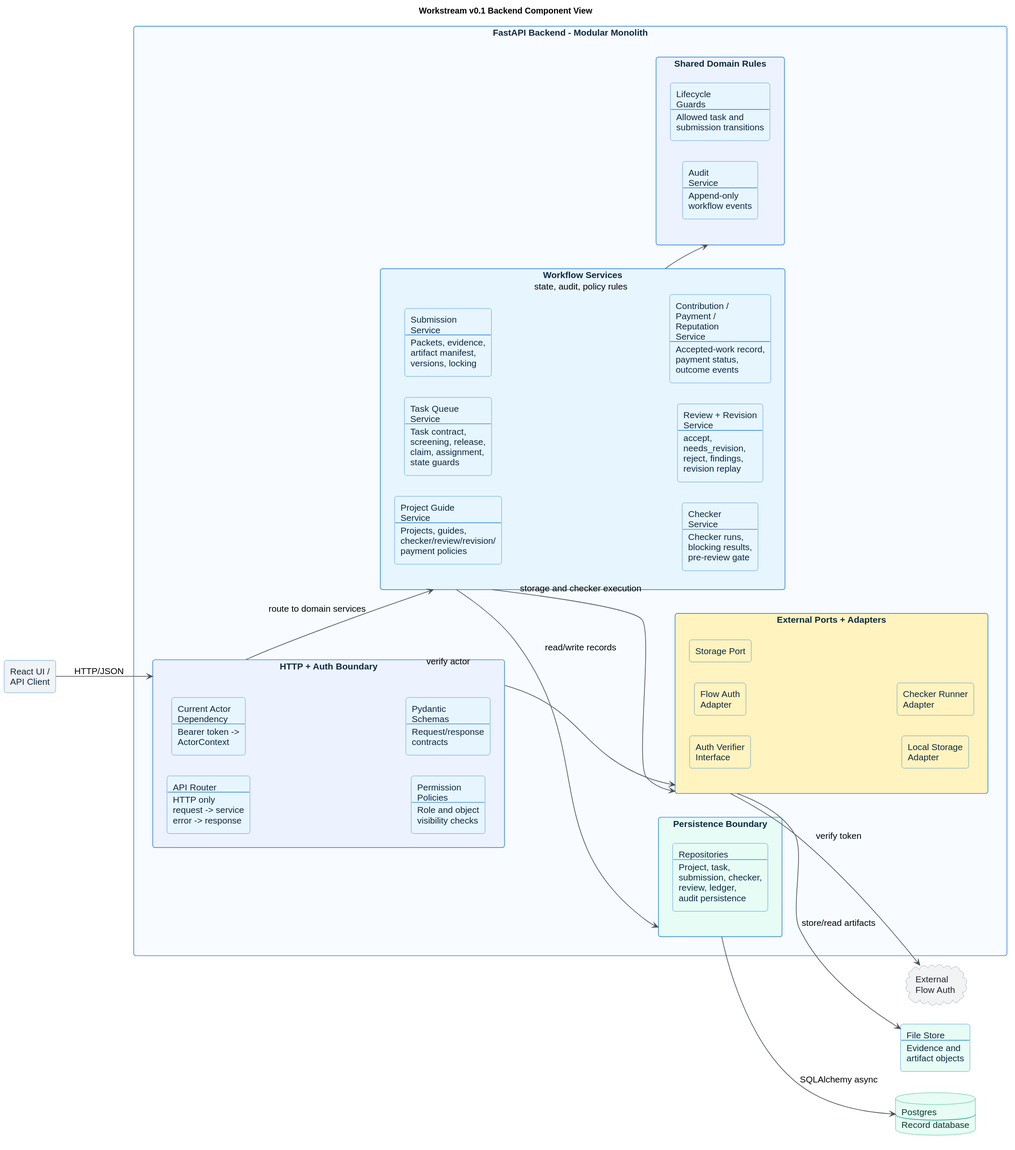
The PlantUML diagram docs/diagrams/rendered/backend_v01_components.svg in jorshimayor/workstream, before a commit.
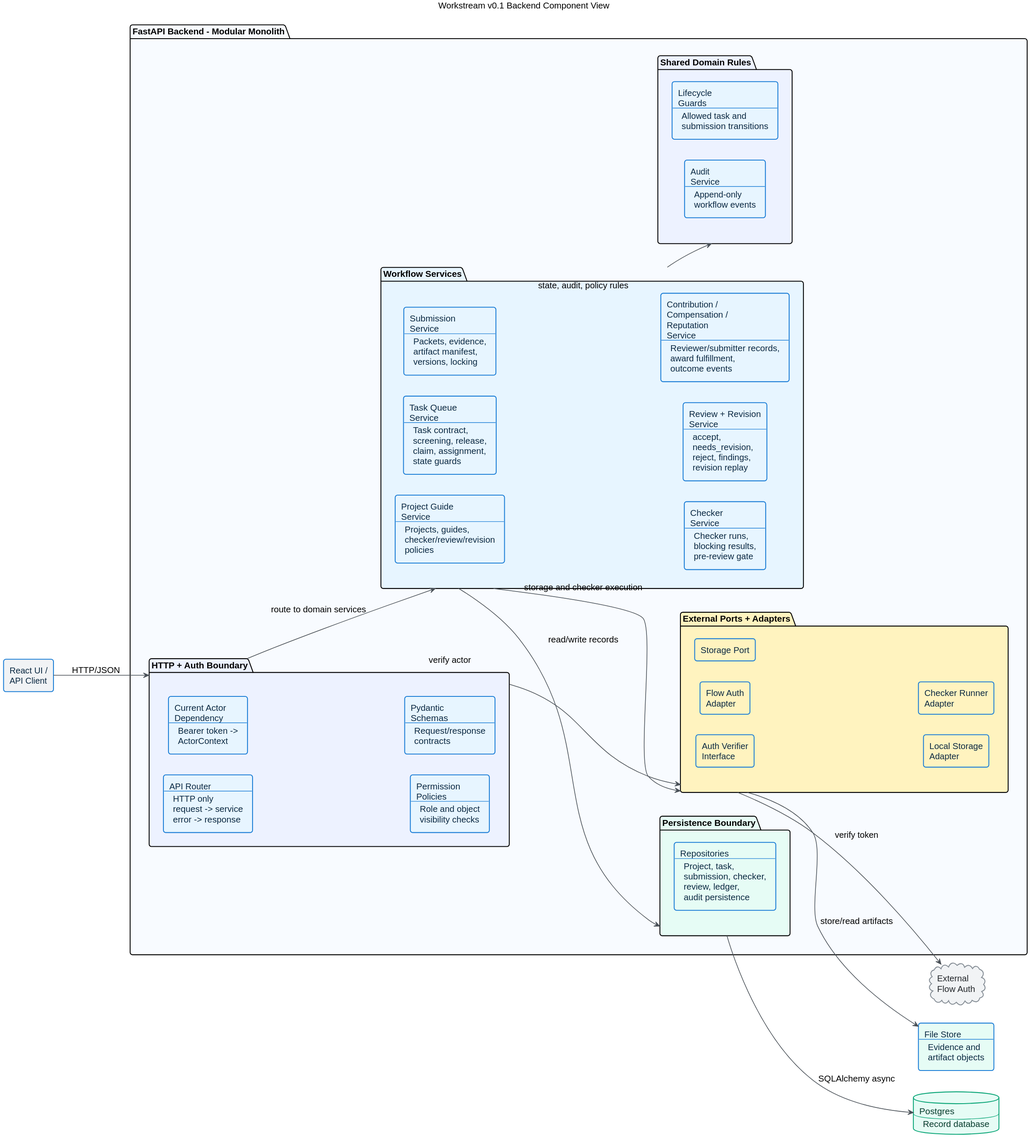
Above is the later version.

The edit, as a diff of the source:
```diff
@@ -1,4 +1,4 @@
-@startuml
+@startuml backend_v01_components
 title Workstream v0.1 Backend Component View
 
 left to right direction
@@ -41,12 +41,12 @@
   }
 
   package "Workflow Services" as workflow_services #E7F5FF {
-    rectangle "Project Guide\nService\n----\nProjects, guides,\nchecker/review/revision/\npayment policies" as project_service
+    rectangle "Project Guide\nService\n----\nProjects, guides,\nchecker/review/revision\npolicies" as project_service
     rectangle "Task Queue\nService\n----\nTask contract,\nscreening, release,\nclaim, assignment,\nstate guards" as task_service
     rectangle "Submission\nService\n----\nPackets, evidence,\nartifact manifest,\nversions, locking" as submission_service
     rectangle "Checker\nService\n----\nChecker runs,\nblocking results,\npre-review gate" as checker_service
     rectangle "Review + Revision\nService\n----\naccept,\nneeds_revision,\nreject, findings,\nrevision replay" as review_service
-    rectangle "Contribution /\nPayment /\nReputation\nService\n----\nAccepted-work record,\npayment status,\noutcome events" as ledger_service
+    rectangle "Contribution /\nCompensation /\nReputation\nService\n----\nReviewer/submitter records,\naward fulfillment,\noutcome events" as ledger_service
   }
 
   package "Shared Domain Rules" as shared_rules #EDF2FF {
@@ -78,4 +78,5 @@
 ports --> flow_auth : verify token
 ports --> file_store : store/read artifacts
 persistence --> postgres : SQLAlchemy async
+
 @enduml
```
